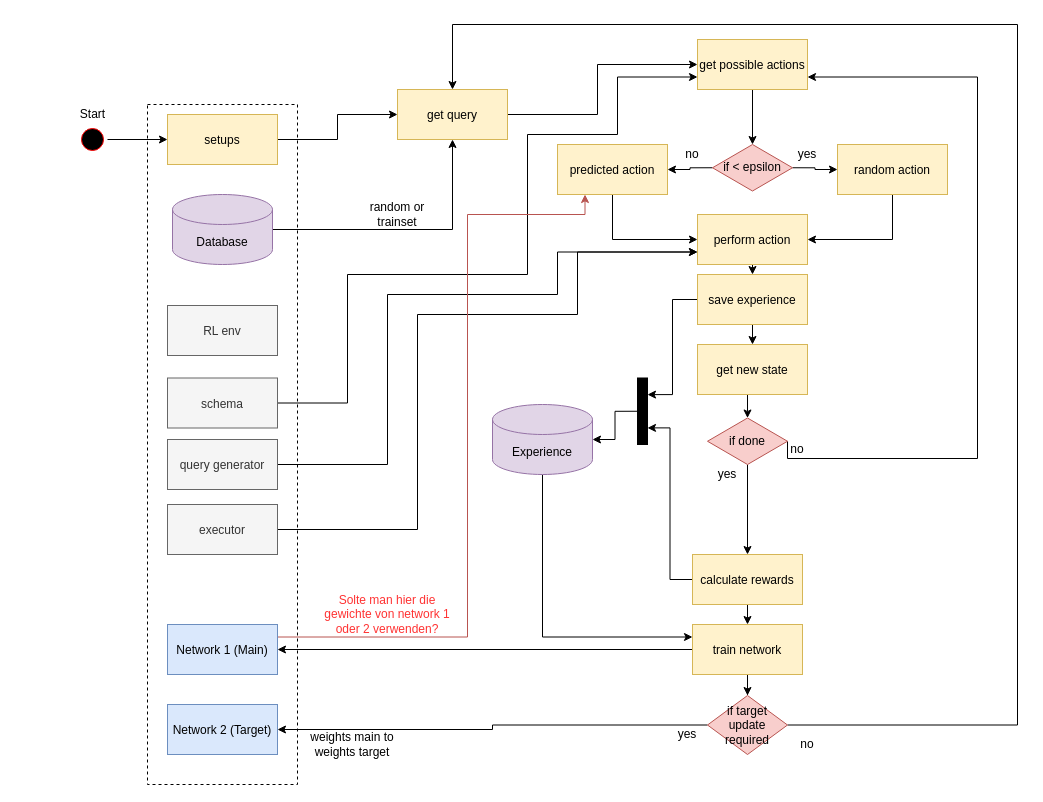
Above: RL_Flow.drawio in dsghrg/releo (draw.io), before the change. Source tidied: cells renumbered, new cells numbered last; positions are measured from the earlier drawing's top-left corner, leaving out a move shared by most shapes. Both pictures are drawn from the tidied source at 100%, with x=0, y=0 at pixel (49, 24).
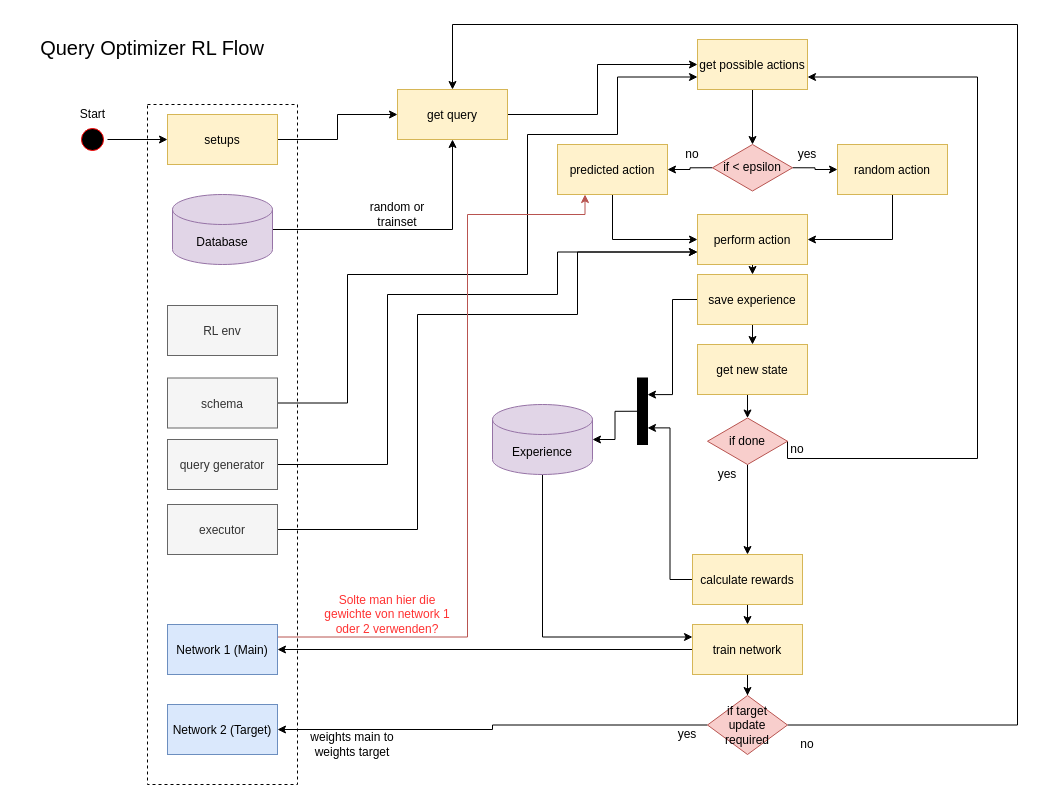
Above is the later version.

Change to the diagram source:
```diff
@@
+    <mxCell id="63" value="Query Optimizer RL Flow" style="text;html=1;strokeColor=none;fillColor=none;align=center;verticalAlign=middle;whiteSpace=wrap;rounded=0;dashed=1;fontSize=20;" parent="1" vertex="1">
+      <mxGeometry x="-32" y="-5" width="270" height="55" as="geometry" />
+    </mxCell>
```
